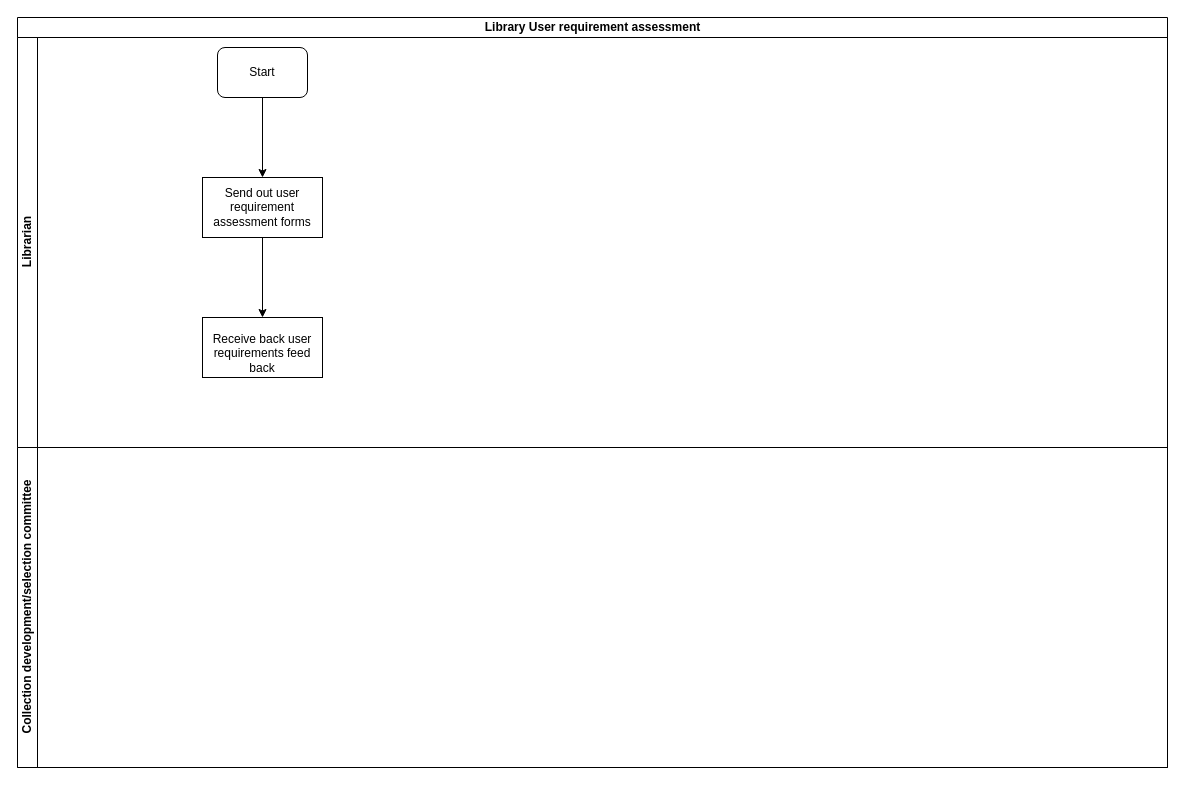
Earlier version of the draw.io diagram Library - Library User requirement assessment.drawio (kmagua/flowcharts). Source tidied: cells renumbered, new cells numbered last; positions are measured from the earlier drawing's top-left corner, leaving out a move shared by most shapes. Both pictures are drawn from the tidied source at 100%, with x=0, y=0 at pixel (17, 17).
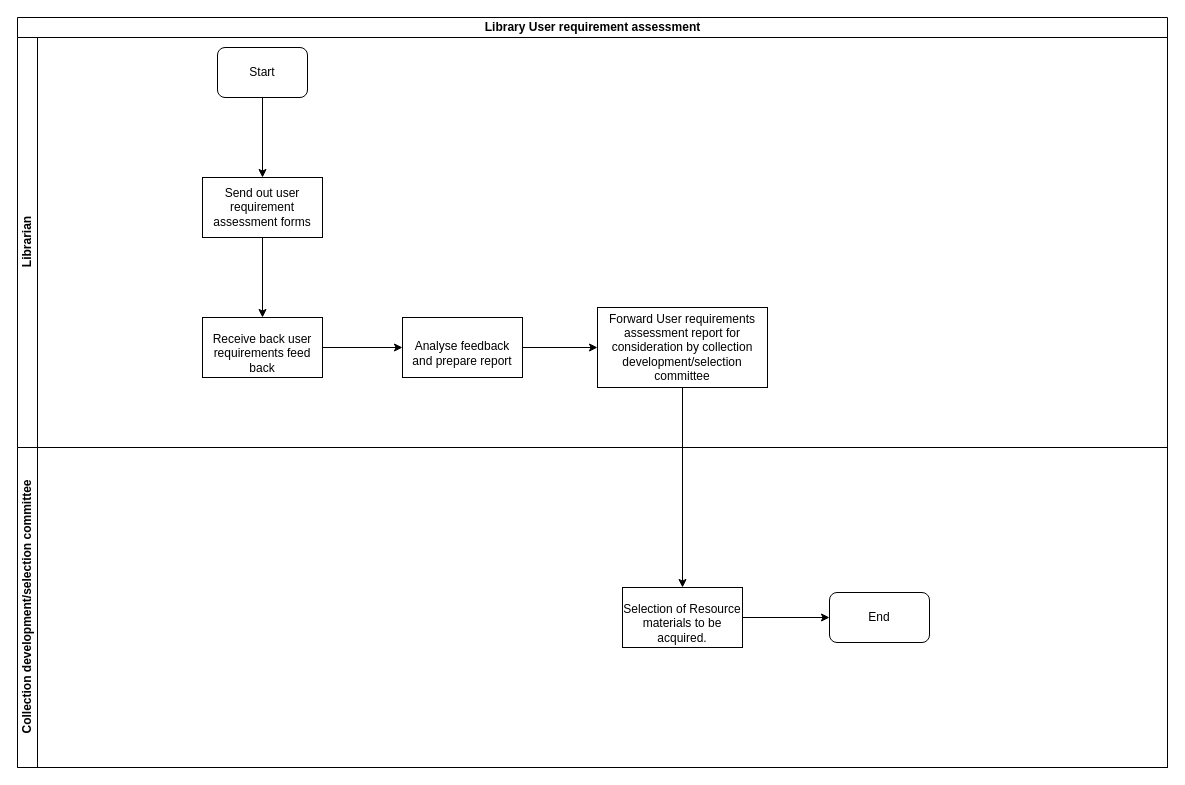
The same page after the edit.

What changed in the source:
```diff
@@
 <mxGraphModel>
   <root>
     <mxCell id="0" />
     <mxCell id="1" parent="0" />
     <mxCell id="2" value="Library User requirement assessment" style="swimlane;html=1;horizontal=1;startSize=20;" parent="1" vertex="1">
       <mxGeometry width="1150" height="750" as="geometry" />
     </mxCell>
     <mxCell id="3" value="Librarian" style="swimlane;html=1;startSize=20;horizontal=0;" parent="2" vertex="1">
       <mxGeometry y="20" width="1150" height="410" as="geometry" />
     </mxCell>
     <mxCell id="4" value="Start" style="rounded=1;whiteSpace=wrap;html=1;" parent="3" vertex="1">
       <mxGeometry x="200" y="10" width="90" height="50" as="geometry" />
     </mxCell>
     <mxCell id="5" value="Send out user requirement assessment forms &lt;br&gt;" style="rounded=0;whiteSpace=wrap;html=1;" parent="3" vertex="1">
       <mxGeometry x="185" y="140" width="120" height="60" as="geometry" />
     </mxCell>
     <mxCell id="6" style="edgeStyle=orthogonalEdgeStyle;rounded=0;jettySize=auto;html=1;entryX=0.5;entryY=0;entryDx=0;entryDy=0;" parent="3" edge="1" source="4" target="5">
       <mxGeometry relative="1" as="geometry" />
     </mxCell>
+    <mxCell id="10" value="Forward User requirements assessment report for consideration by collection development/selection committee" style="whiteSpace=wrap;html=1;rounded=0;" parent="3" vertex="1">
+      <mxGeometry x="580" y="270" width="170" height="80" as="geometry" />
+    </mxCell>
     <mxCell id="7" value="Collection development/selection committee" style="swimlane;html=1;startSize=20;horizontal=0;" parent="2" vertex="1">
       <mxGeometry y="430" width="1150" height="320" as="geometry" />
     </mxCell>
+    <mxCell id="11" value="&lt;p class=&quot;western&quot; style=&quot;margin-bottom: 0in&quot; lang=&quot;en-GB&quot;&gt;Selection of Resource materials to be acquired.&lt;/p&gt;" style="whiteSpace=wrap;html=1;rounded=0;" parent="7" vertex="1">
+      <mxGeometry x="605" y="140" width="120" height="60" as="geometry" />
+    </mxCell>
+    <mxCell id="12" value="End" style="rounded=1;whiteSpace=wrap;html=1;" parent="7" vertex="1">
+      <mxGeometry x="812" y="145" width="100" height="50" as="geometry" />
+    </mxCell>
+    <mxCell id="13" style="edgeStyle=orthogonalEdgeStyle;rounded=0;jettySize=auto;html=1;entryX=0;entryY=0.5;entryDx=0;entryDy=0;" parent="7" edge="1" source="11" target="12">
+      <mxGeometry relative="1" as="geometry" />
+    </mxCell>
+    <mxCell id="14" style="edgeStyle=orthogonalEdgeStyle;rounded=0;jettySize=auto;html=1;" parent="2" edge="1" source="10" target="11">
+      <mxGeometry relative="1" as="geometry" />
+    </mxCell>
+    <mxCell id="15" style="edgeStyle=orthogonalEdgeStyle;rounded=0;jettySize=auto;html=1;" parent="1" edge="1" source="8" target="17">
+      <mxGeometry relative="1" as="geometry" />
+    </mxCell>
     <mxCell id="8" value="&lt;p class=&quot;western&quot; style=&quot;margin-bottom: 0in&quot; lang=&quot;en-GB&quot;&gt;&lt;br/&gt;Receive back user requirements feed back&lt;/p&gt;&lt;br/&gt;" style="whiteSpace=wrap;html=1;rounded=0;" parent="1" vertex="1">
       <mxGeometry x="185" y="300" width="120" height="60" as="geometry" />
     </mxCell>
     <mxCell id="9" style="edgeStyle=orthogonalEdgeStyle;rounded=0;jettySize=auto;html=1;" parent="1" edge="1" source="5" target="8">
       <mxGeometry relative="1" as="geometry" />
     </mxCell>
+    <mxCell id="16" style="edgeStyle=orthogonalEdgeStyle;rounded=0;jettySize=auto;html=1;" parent="1" edge="1" source="17" target="10">
+      <mxGeometry relative="1" as="geometry" />
+    </mxCell>
+    <mxCell id="17" value="&lt;p class=&quot;western&quot; style=&quot;margin-bottom: 0in&quot; lang=&quot;en-GB&quot;&gt;Analyse feedback and prepare report&lt;/p&gt;" style="whiteSpace=wrap;html=1;rounded=0;" parent="1" vertex="1">
+      <mxGeometry x="385" y="300" width="120" height="60" as="geometry" />
+    </mxCell>
   </root>
 </mxGraphModel>
```
